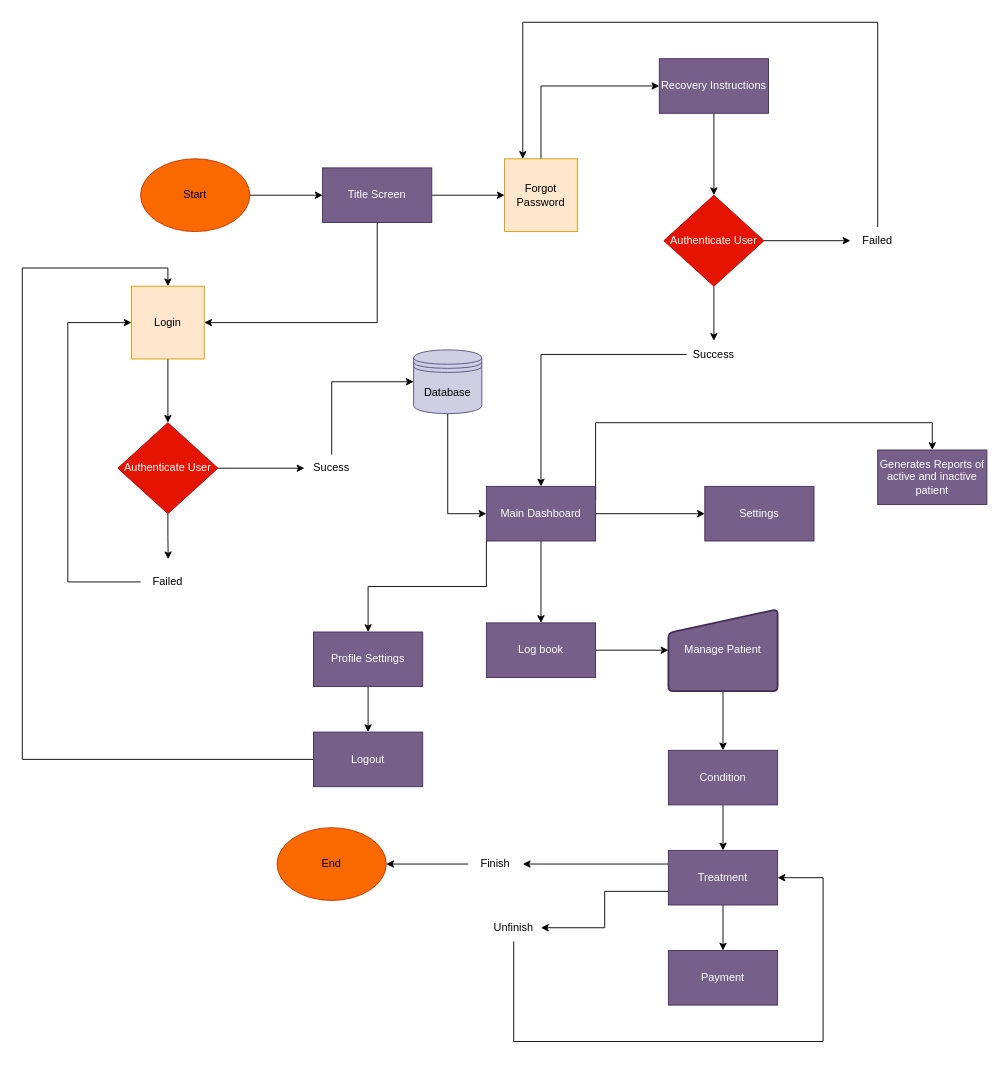
The draw.io diagram Untitled Diagram.drawio in XeLTzy/my-second-repo, before the edit. Source tidied: cells renumbered, new cells numbered last; positions are measured from the earlier drawing's top-left corner, leaving out a move shared by most shapes. Both pictures are drawn from the tidied source at 91%, with x=0, y=0 at pixel (22, 22).
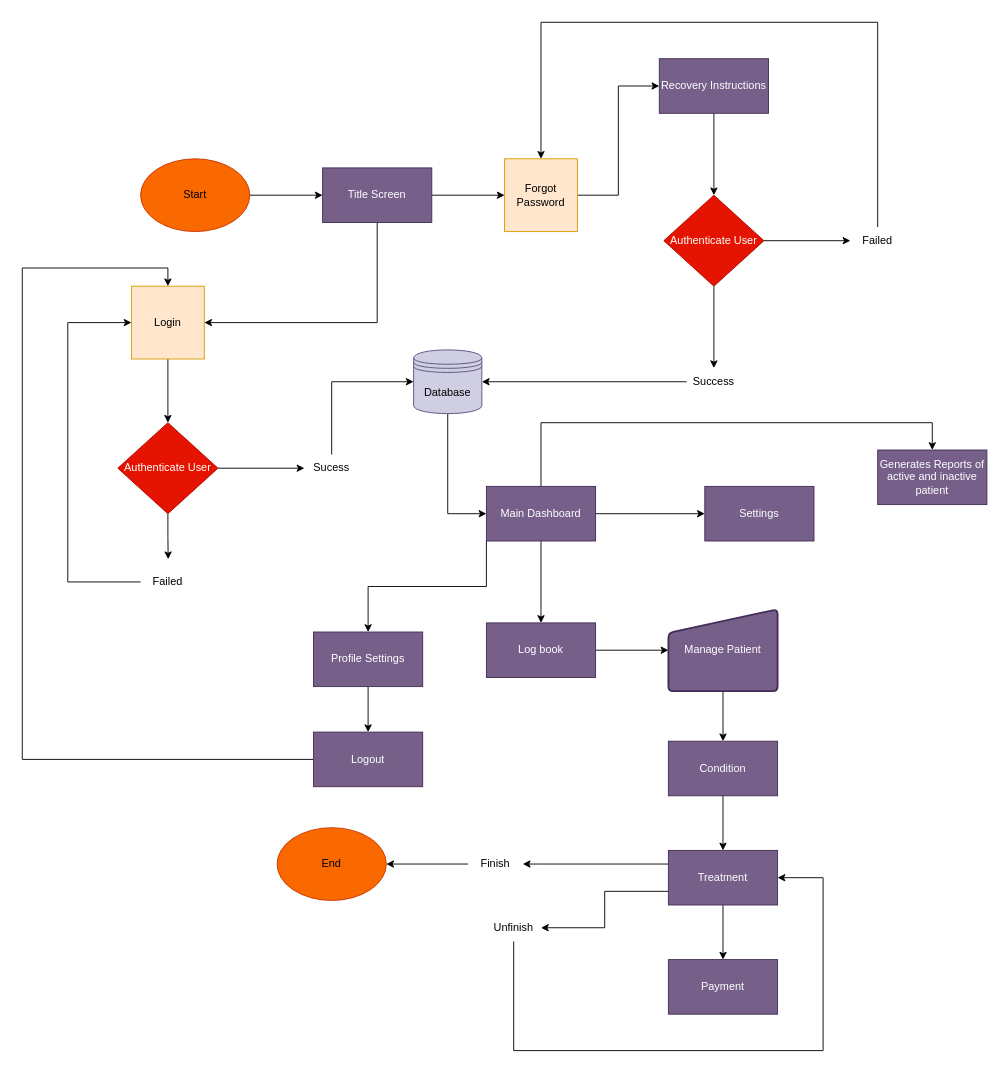
Above is the later version.

The change refers to these unchanged cells:
```xml
<mxCell id="10" value="Forgot Password" style="whiteSpace=wrap;html=1;fillColor=#ffe6cc;strokeColor=#d79b00;rounded=0;" parent="1" vertex="1">
  <mxGeometry x="530" y="150" width="80" height="80" as="geometry" />
</mxCell>
<mxCell id="12" value="Recovery Instructions" style="whiteSpace=wrap;html=1;fillColor=#76608a;strokeColor=#432D57;fontColor=#ffffff;" parent="1" vertex="1">
  <mxGeometry x="700" y="40" width="120" height="60" as="geometry" />
</mxCell>
<mxCell id="17" value="Main Dashboard" style="whiteSpace=wrap;html=1;fillColor=#76608a;strokeColor=#432D57;fontColor=#ffffff;" parent="1" vertex="1">
  <mxGeometry x="510" y="510" width="120" height="60" as="geometry" />
</mxCell>
<mxCell id="29" value="Treatment" style="whiteSpace=wrap;html=1;fillColor=#76608a;strokeColor=#432D57;fontColor=#ffffff;" parent="1" vertex="1">
  <mxGeometry x="710" y="910" width="120" height="60" as="geometry" />
</mxCell>
<mxCell id="38" value="Unfinish" style="text;html=1;align=center;verticalAlign=middle;whiteSpace=wrap;rounded=0;" parent="1" vertex="1">
  <mxGeometry x="510" y="980" width="60" height="30" as="geometry" />
</mxCell>
<mxCell id="39" value="Generates Reports of active and inactive patient" style="whiteSpace=wrap;html=1;fillColor=#76608a;strokeColor=#432D57;fontColor=#ffffff;" parent="1" vertex="1">
  <mxGeometry x="940" y="470" width="120" height="60" as="geometry" />
</mxCell>
<mxCell id="51" value="Failed" style="text;html=1;align=center;verticalAlign=middle;whiteSpace=wrap;rounded=0;" parent="1" vertex="1">
  <mxGeometry x="910" y="225" width="60" height="30" as="geometry" />
</mxCell>
<mxCell id="53" value="Database" style="shape=datastore;whiteSpace=wrap;html=1;fillColor=#d0cee2;strokeColor=#56517e;" parent="1" vertex="1">
  <mxGeometry x="430" y="360" width="75" height="70" as="geometry" />
</mxCell>
```

What changed in the source:
```diff
@@
-    <mxCell id="9" style="edgeStyle=orthogonalEdgeStyle;rounded=0;jettySize=auto;html=1;exitX=0.5;exitY=0;exitDx=0;exitDy=0;entryX=0;entryY=0.5;entryDx=0;entryDy=0;" parent="1" edge="1" source="10" target="12">
+    <mxCell id="9" style="edgeStyle=orthogonalEdgeStyle;rounded=0;jettySize=auto;html=1;exitX=1;exitY=0.5;exitDx=0;exitDy=0;entryX=0;entryY=0.5;entryDx=0;entryDy=0;" parent="1" edge="1" source="10" target="12">
       <mxGeometry relative="1" as="geometry" />
     </mxCell>
@@
-    <mxCell id="16" style="edgeStyle=orthogonalEdgeStyle;rounded=0;jettySize=auto;html=1;exitX=1;exitY=0.25;exitDx=0;exitDy=0;entryX=0.5;entryY=0;entryDx=0;entryDy=0;" parent="1" edge="1" source="17" target="39">
+    <mxCell id="16" style="edgeStyle=orthogonalEdgeStyle;rounded=0;jettySize=auto;html=1;exitX=0.5;exitY=0;exitDx=0;exitDy=0;entryX=0.5;entryY=0;entryDx=0;entryDy=0;" parent="1" edge="1" source="17" target="39">
       <mxGeometry relative="1" as="geometry">
         <Array as="points">
-          <mxPoint x="630" y="440" />
+          <mxPoint x="570" y="440" />
           <mxPoint x="1000" y="440" />
         </Array>
       </mxGeometry>
     </mxCell>
@@
-    <mxCell id="18" style="edgeStyle=orthogonalEdgeStyle;rounded=0;jettySize=auto;html=1;exitX=0;exitY=0.5;exitDx=0;exitDy=0;entryX=0.5;entryY=0;entryDx=0;entryDy=0;" parent="1" edge="1" source="19" target="17">
-      <mxGeometry relative="1" as="geometry" />
-    </mxCell>
+    <mxCell id="56" style="edgeStyle=orthogonalEdgeStyle;rounded=0;jettySize=auto;html=1;exitX=0;exitY=0.5;exitDx=0;exitDy=0;entryX=1;entryY=0.5;entryDx=0;entryDy=0;" parent="1" edge="1" source="19" target="53">
+      <mxGeometry relative="1" as="geometry" />
+    </mxCell>
     <mxCell id="19" value="Success" style="text;html=1;align=center;verticalAlign=middle;whiteSpace=wrap;rounded=0;" parent="1" vertex="1">
-      <mxGeometry x="730" y="350" width="60" height="30" as="geometry" />
+      <mxGeometry x="730" y="380" width="60" height="30" as="geometry" />
     </mxCell>
@@
     <mxCell id="25" value="Condition" style="whiteSpace=wrap;html=1;fillColor=#76608a;strokeColor=#432D57;fontColor=#ffffff;" parent="1" vertex="1">
-      <mxGeometry x="710" y="800" width="120" height="60" as="geometry" />
+      <mxGeometry x="710" y="790" width="120" height="60" as="geometry" />
     </mxCell>
@@
     <mxCell id="28" style="edgeStyle=orthogonalEdgeStyle;rounded=0;jettySize=auto;html=1;exitX=0;exitY=0.75;exitDx=0;exitDy=0;entryX=1;entryY=0.5;entryDx=0;entryDy=0;fontFamily=Helvetica;fontSize=12;fontColor=#ffffff;" parent="1" edge="1" source="29" target="38">
-      <mxGeometry relative="1" as="geometry" />
+      <mxGeometry relative="1" as="geometry">
+        <Array as="points">
+          <mxPoint x="640" y="955" />
+          <mxPoint x="640" y="995" />
+        </Array>
+      </mxGeometry>
     </mxCell>
@@
     <mxCell id="31" value="Payment" style="whiteSpace=wrap;html=1;fillColor=#76608a;strokeColor=#432D57;fontColor=#ffffff;" parent="1" vertex="1">
-      <mxGeometry x="710" y="1020" width="120" height="60" as="geometry" />
+      <mxGeometry x="710" y="1030" width="120" height="60" as="geometry" />
     </mxCell>
@@
     <mxCell id="37" style="edgeStyle=orthogonalEdgeStyle;rounded=0;jettySize=auto;html=1;exitX=0.5;exitY=1;exitDx=0;exitDy=0;entryX=1;entryY=0.5;entryDx=0;entryDy=0;" parent="1" edge="1" source="38" target="29">
       <mxGeometry relative="1" as="geometry">
         <Array as="points">
-          <mxPoint x="540" y="1120" />
-          <mxPoint x="880" y="1120" />
+          <mxPoint x="540" y="1130" />
+          <mxPoint x="880" y="1130" />
           <mxPoint x="880" y="940" />
         </Array>
       </mxGeometry>
     </mxCell>
@@
-    <mxCell id="50" style="edgeStyle=orthogonalEdgeStyle;rounded=0;jettySize=auto;html=1;exitX=0.5;exitY=0;exitDx=0;exitDy=0;entryX=0.25;entryY=0;entryDx=0;entryDy=0;" parent="1" edge="1" source="51" target="10">
+    <mxCell id="50" style="edgeStyle=orthogonalEdgeStyle;rounded=0;jettySize=auto;html=1;exitX=0.5;exitY=0;exitDx=0;exitDy=0;entryX=0.5;entryY=0;entryDx=0;entryDy=0;" parent="1" edge="1" source="51" target="10">
       <mxGeometry relative="1" as="geometry">
         <Array as="points">
           <mxPoint x="940" />
-          <mxPoint x="550" />
+          <mxPoint x="570" />
         </Array>
       </mxGeometry>
     </mxCell>
```
